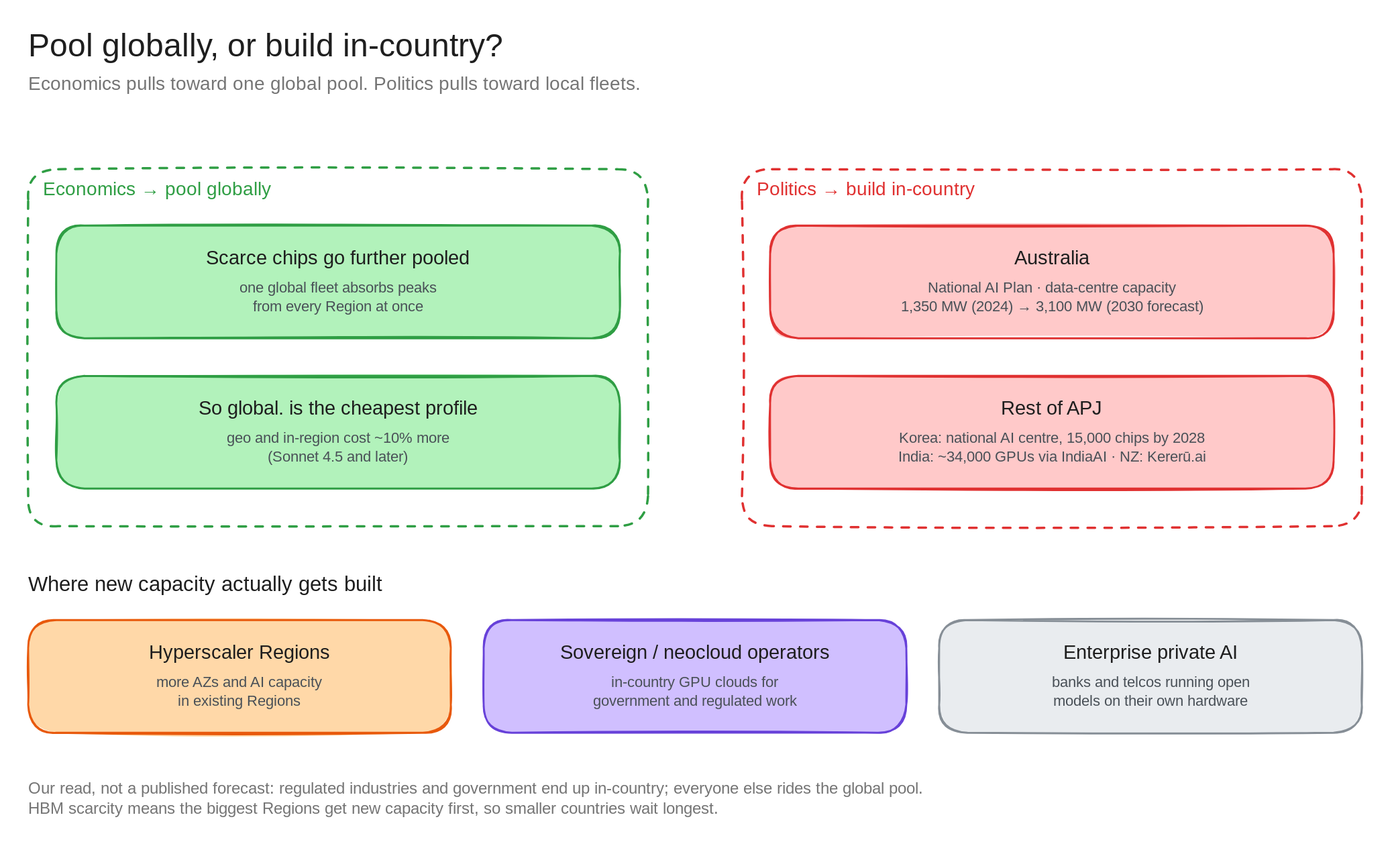
Above: architecture-diagrams/claude-anz-infra-excalidraw/diagrams/c7b-pool-vs-local.excalidraw.svg in bsnehanshu/slides (Excalidraw), before the change. Source tidied: one line per element, renumbered; positions are measured from the earlier drawing's top-left corner, leaving out a move shared by most shapes. Source of this version:
```json
{"id": 0, "type": "text", "text": "Pool globally, or build in-country?", "strokeColor": "#1e1e1e", "strokeWidth": 2, "roughness": 1, "fontSize": 34, "fontFamily": 5, "x": 0, "y": 0, "width": 545, "height": 42}
{"id": 1, "type": "text", "text": "Economics pulls toward one global pool. Politics pulls toward local fleets.", "strokeColor": "#757575", "strokeWidth": 2, "roughness": 1, "fontSize": 20, "fontFamily": 5, "x": 0, "y": 48, "width": 710, "height": 25}
{"id": 2, "type": "rectangle", "strokeColor": "#2f9e44", "strokeWidth": 2, "strokeStyle": "dashed", "roughness": 1, "round": true, "x": 0, "y": 150, "width": 660, "height": 380}
{"id": 3, "type": "text", "text": "Economics → pool globally", "strokeColor": "#2f9e44", "strokeWidth": 2, "roughness": 1, "fontSize": 20, "fontFamily": 5, "x": 16, "y": 160, "width": 253, "height": 25}
{"id": 4, "type": "rectangle", "strokeColor": "#2f9e44", "backgroundColor": "#b2f2bb", "fillStyle": "solid", "strokeWidth": 2, "roughness": 1, "round": true, "x": 30, "y": 210, "width": 600, "height": 120}
{"id": 5, "type": "text", "text": "Scarce chips go further pooled", "strokeColor": "#1e1e1e", "strokeWidth": 2, "roughness": 1, "fontSize": 21, "fontFamily": 5, "textAlign": "center", "x": 172, "y": 233, "width": 317, "height": 26}
{"id": 6, "type": "text", "text": "one global fleet absorbs peaks\nfrom every Region at once", "strokeColor": "#495057", "strokeWidth": 2, "roughness": 1, "fontSize": 16, "fontFamily": 5, "textAlign": "center", "x": 210, "y": 267, "width": 240, "height": 40}
{"id": 7, "type": "rectangle", "strokeColor": "#2f9e44", "backgroundColor": "#b2f2bb", "fillStyle": "solid", "strokeWidth": 2, "roughness": 1, "round": true, "x": 30, "y": 370, "width": 600, "height": 120}
{"id": 8, "type": "text", "text": "So global. is the cheapest profile", "strokeColor": "#1e1e1e", "strokeWidth": 2, "roughness": 1, "fontSize": 21, "fontFamily": 5, "textAlign": "center", "x": 160, "y": 393, "width": 340, "height": 26}
{"id": 9, "type": "text", "text": "geo and in-region cost ~10% more\n(Sonnet 4.5 and later)", "strokeColor": "#495057", "strokeWidth": 2, "roughness": 1, "fontSize": 16, "fontFamily": 5, "textAlign": "center", "x": 197, "y": 427, "width": 266, "height": 40}
{"id": 10, "type": "rectangle", "strokeColor": "#e03131", "strokeWidth": 2, "strokeStyle": "dashed", "roughness": 1, "round": true, "x": 760, "y": 150, "width": 660, "height": 380}
{"id": 11, "type": "text", "text": "Politics → build in-country", "strokeColor": "#e03131", "strokeWidth": 2, "roughness": 1, "fontSize": 20, "fontFamily": 5, "x": 776, "y": 160, "width": 259, "height": 25}
{"id": 12, "type": "rectangle", "strokeColor": "#e03131", "backgroundColor": "#ffc9c9", "fillStyle": "solid", "strokeWidth": 2, "roughness": 1, "round": true, "x": 790, "y": 210, "width": 600, "height": 120}
{"id": 13, "type": "text", "text": "Australia", "strokeColor": "#1e1e1e", "strokeWidth": 2, "roughness": 1, "fontSize": 21, "fontFamily": 5, "textAlign": "center", "x": 1044, "y": 233, "width": 93, "height": 26}
{"id": 14, "type": "text", "text": "National AI Plan · data-centre capacity\n1,350 MW (2024) → 3,100 MW (2030 forecast)", "strokeColor": "#495057", "strokeWidth": 2, "roughness": 1, "fontSize": 16, "fontFamily": 5, "textAlign": "center", "x": 902, "y": 267, "width": 375, "height": 40}
{"id": 15, "type": "rectangle", "strokeColor": "#e03131", "backgroundColor": "#ffc9c9", "fillStyle": "solid", "strokeWidth": 2, "roughness": 1, "round": true, "x": 790, "y": 370, "width": 600, "height": 120}
{"id": 16, "type": "text", "text": "Rest of APJ", "strokeColor": "#1e1e1e", "strokeWidth": 2, "roughness": 1, "fontSize": 21, "fontFamily": 5, "textAlign": "center", "x": 1024, "y": 393, "width": 132, "height": 26}
{"id": 17, "type": "text", "text": "Korea: national AI centre, 15,000 chips by 2028\nIndia: ~34,000 GPUs via IndiaAI · NZ: Kererū.ai", "strokeColor": "#495057", "strokeWidth": 2, "roughness": 1, "fontSize": 16, "fontFamily": 5, "textAlign": "center", "x": 900, "y": 427, "width": 380, "height": 40}
{"id": 18, "type": "text", "text": "Where new capacity actually gets built", "strokeColor": "#1e1e1e", "strokeWidth": 2, "roughness": 1, "fontSize": 22, "fontFamily": 5, "x": 0, "y": 580, "width": 413, "height": 28}
{"id": 19, "type": "rectangle", "strokeColor": "#e8590c", "backgroundColor": "#ffd8a8", "fillStyle": "solid", "strokeWidth": 2, "roughness": 1, "round": true, "x": 0, "y": 630, "width": 450, "height": 120}
{"id": 20, "type": "text", "text": "Hyperscaler Regions", "strokeColor": "#1e1e1e", "strokeWidth": 2, "roughness": 1, "fontSize": 21, "fontFamily": 5, "textAlign": "center", "x": 124, "y": 653, "width": 203, "height": 26}
{"id": 21, "type": "text", "text": "more AZs and AI capacity\nin existing Regions", "strokeColor": "#495057", "strokeWidth": 2, "roughness": 1, "fontSize": 16, "fontFamily": 5, "textAlign": "center", "x": 122, "y": 687, "width": 207, "height": 40}
{"id": 22, "type": "rectangle", "strokeColor": "#6741d9", "backgroundColor": "#d0bfff", "fillStyle": "solid", "strokeWidth": 2, "roughness": 1, "round": true, "x": 485, "y": 630, "width": 450, "height": 120}
{"id": 23, "type": "text", "text": "Sovereign / neocloud operators", "strokeColor": "#1e1e1e", "strokeWidth": 2, "roughness": 1, "fontSize": 21, "fontFamily": 5, "textAlign": "center", "x": 550, "y": 653, "width": 321, "height": 26}
{"id": 24, "type": "text", "text": "in-country GPU clouds for\ngovernment and regulated work", "strokeColor": "#495057", "strokeWidth": 2, "roughness": 1, "fontSize": 16, "fontFamily": 5, "textAlign": "center", "x": 588, "y": 687, "width": 244, "height": 40}
{"id": 25, "type": "rectangle", "strokeColor": "#868e96", "backgroundColor": "#e9ecef", "fillStyle": "solid", "strokeWidth": 2, "roughness": 1, "round": true, "x": 970, "y": 630, "width": 450, "height": 120}
{"id": 26, "type": "text", "text": "Enterprise private AI", "strokeColor": "#1e1e1e", "strokeWidth": 2, "roughness": 1, "fontSize": 21, "fontFamily": 5, "textAlign": "center", "x": 1084, "y": 653, "width": 221, "height": 26}
{"id": 27, "type": "text", "text": "banks and telcos running open\nmodels on their own hardware", "strokeColor": "#495057", "strokeWidth": 2, "roughness": 1, "fontSize": 16, "fontFamily": 5, "textAlign": "center", "x": 1078, "y": 687, "width": 235, "height": 40}
{"id": 28, "type": "text", "text": "Our read, not a published forecast: regulated industries and government end up in-country; everyone else rides the global pool.\nHBM scarcity means the biggest Regions get new capacity first, so smaller countries wait longest.", "strokeColor": "#757575", "strokeWidth": 2, "roughness": 1, "fontSize": 17, "fontFamily": 5, "x": 0, "y": 800, "width": 1052, "height": 42}
```
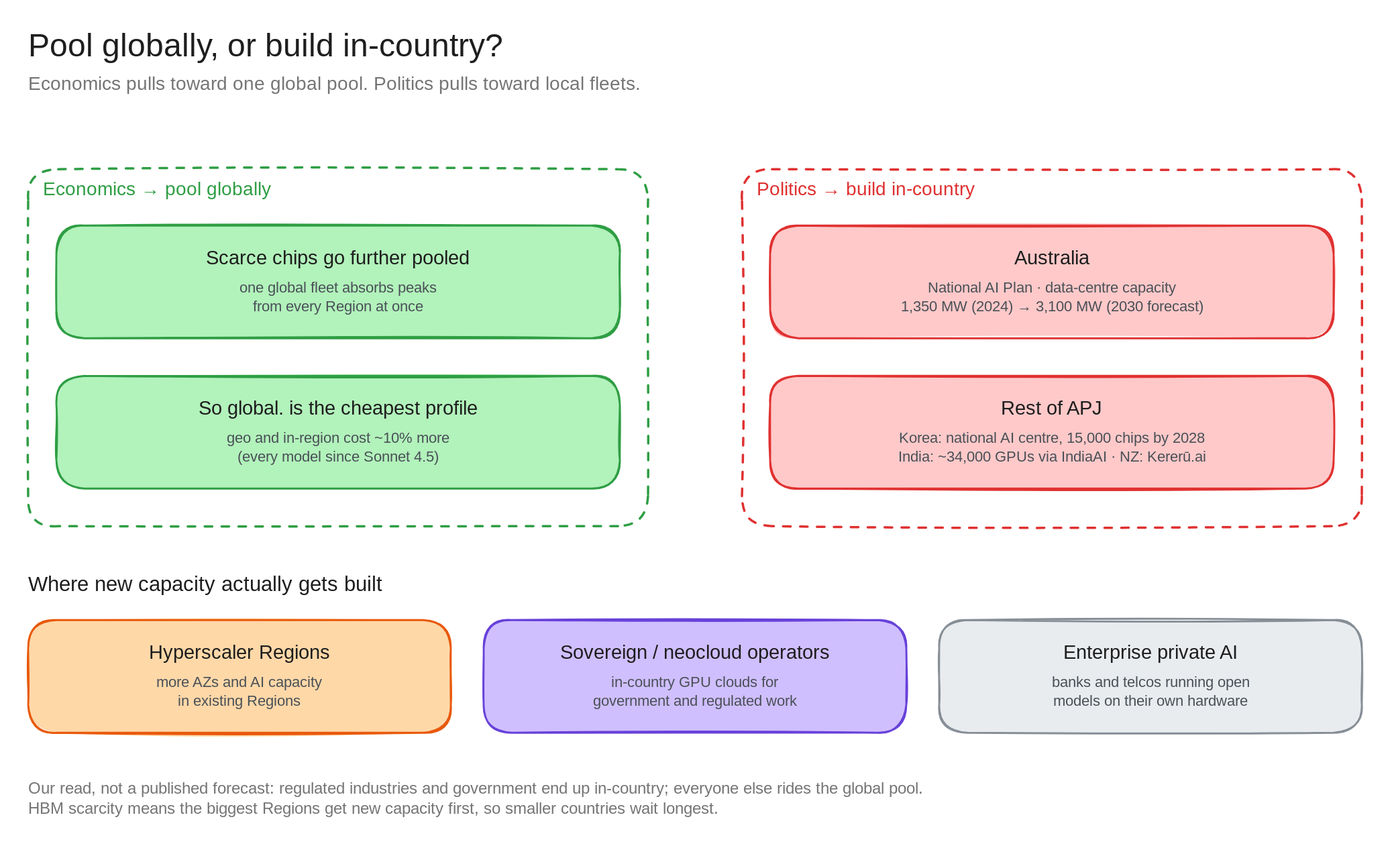
After the commit.

Change to the diagram source:
```diff
@@ -7,7 +7,7 @@
 {"id": 6, "type": "text", "text": "one global fleet absorbs peaks\nfrom every Region at once", "strokeColor": "#495057", "strokeWidth": 2, "roughness": 1, "fontSize": 16, "fontFamily": 5, "textAlign": "center", "x": 210, "y": 267, "width": 240, "height": 40}
 {"id": 7, "type": "rectangle", "strokeColor": "#2f9e44", "backgroundColor": "#b2f2bb", "fillStyle": "solid", "strokeWidth": 2, "roughness": 1, "round": true, "x": 30, "y": 370, "width": 600, "height": 120}
 {"id": 8, "type": "text", "text": "So global. is the cheapest profile", "strokeColor": "#1e1e1e", "strokeWidth": 2, "roughness": 1, "fontSize": 21, "fontFamily": 5, "textAlign": "center", "x": 160, "y": 393, "width": 340, "height": 26}
-{"id": 9, "type": "text", "text": "geo and in-region cost ~10% more\n(Sonnet 4.5 and later)", "strokeColor": "#495057", "strokeWidth": 2, "roughness": 1, "fontSize": 16, "fontFamily": 5, "textAlign": "center", "x": 197, "y": 427, "width": 266, "height": 40}
+{"id": 9, "type": "text", "text": "geo and in-region cost ~10% more\n(every model since Sonnet 4.5)", "strokeColor": "#495057", "strokeWidth": 2, "roughness": 1, "fontSize": 16, "fontFamily": 5, "textAlign": "center", "x": 197, "y": 427, "width": 266, "height": 40}
 {"id": 10, "type": "rectangle", "strokeColor": "#e03131", "strokeWidth": 2, "strokeStyle": "dashed", "roughness": 1, "round": true, "x": 760, "y": 150, "width": 660, "height": 380}
 {"id": 11, "type": "text", "text": "Politics → build in-country", "strokeColor": "#e03131", "strokeWidth": 2, "roughness": 1, "fontSize": 20, "fontFamily": 5, "x": 776, "y": 160, "width": 259, "height": 25}
 {"id": 12, "type": "rectangle", "strokeColor": "#e03131", "backgroundColor": "#ffc9c9", "fillStyle": "solid", "strokeWidth": 2, "roughness": 1, "round": true, "x": 790, "y": 210, "width": 600, "height": 120}
```
